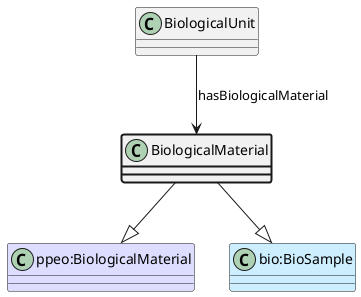
The PlantUML diagram ttl_uml/ttl_appn_BiologicalMaterial.png in aus-plant-phenomics-network/appn-schema, before a commit.
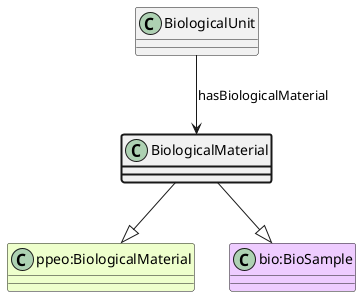
Above is the later version.

The edit, as a diff of the source:
```diff
@@ -1,8 +1,8 @@
 @startuml
 class BiologicalMaterial  #line.bold
-class "ppeo:BiologicalMaterial" #DDDDFF
+class "ppeo:BiologicalMaterial" #EEFFCC
 BiologicalMaterial --|> "ppeo:BiologicalMaterial"
-class "bio:BioSample" #CCEEFF
+class "bio:BioSample" #EECCFF
 BiologicalMaterial --|> "bio:BioSample"
 class BiologicalUnit
 BiologicalUnit --> BiologicalMaterial : hasBiologicalMaterial
```
